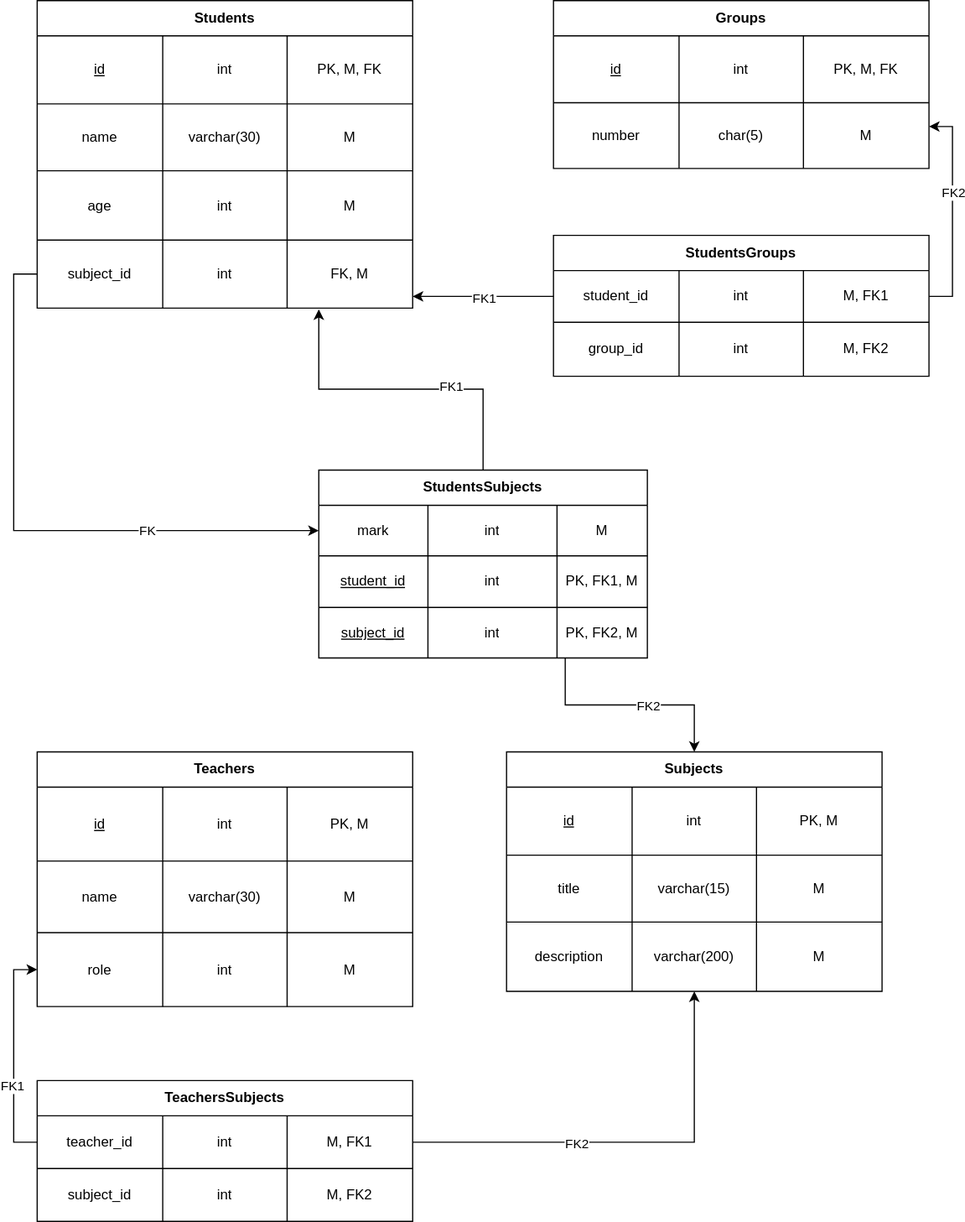
The draw.io diagram Physical.svg in OlegUtusikov/DataBaseCourse, before a commit. Source tidied: cells renumbered, new cells last; positions are measured from the earlier drawing's top-left corner, leaving out a move shared by most shapes.
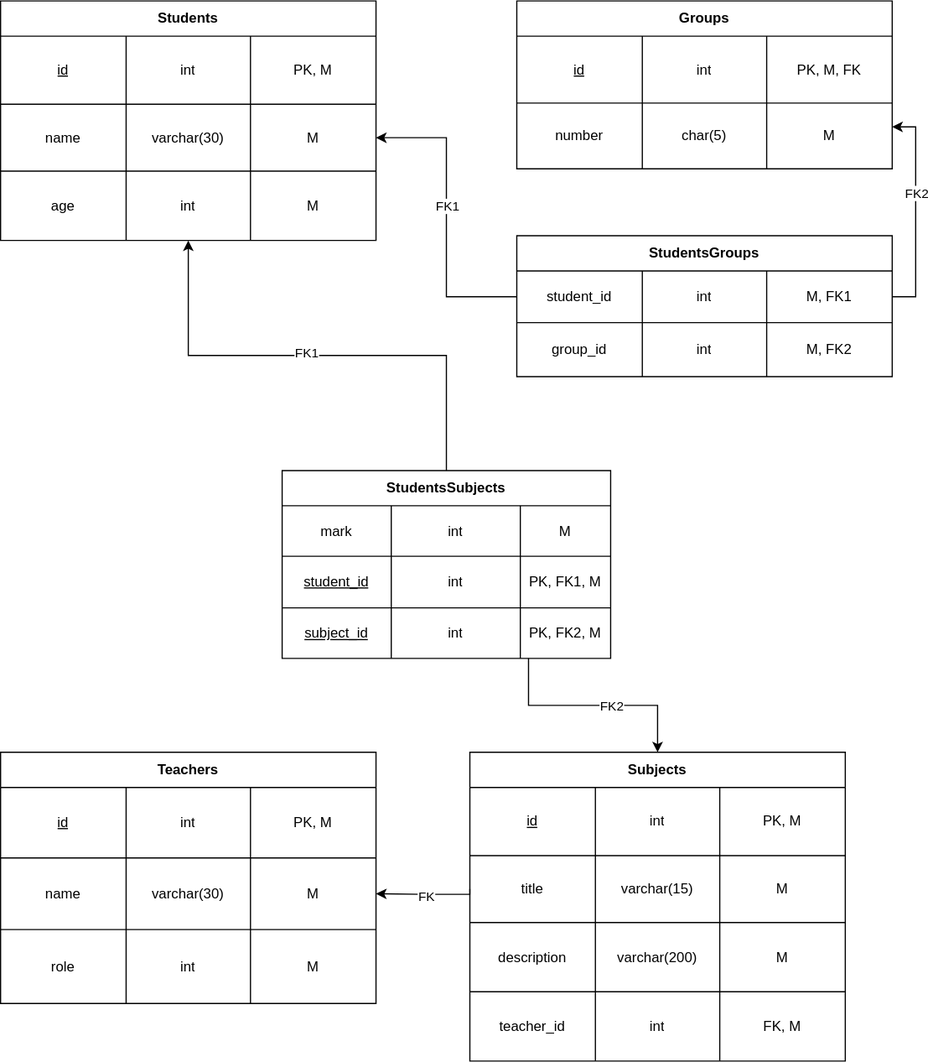
The same file after the commit.

Change to the diagram source:
```diff
@@ -3,7 +3,7 @@
     <mxCell id="0" />
     <mxCell id="1" parent="0" />
     <mxCell id="2" value="Students" style="shape=table;html=1;whiteSpace=wrap;startSize=30;fontStyle=1;align=center;" parent="1" vertex="1">
-      <mxGeometry width="320" height="262" as="geometry" />
+      <mxGeometry width="320" height="204" as="geometry" />
     </mxCell>
     <mxCell id="3" style="shape=partialRectangle;html=1;whiteSpace=wrap;fillColor=none;top=0;left=0;bottom=0;right=0;" parent="2" vertex="1">
       <mxGeometry y="30" width="320" height="58" as="geometry" />
@@ -14,7 +14,7 @@
     <mxCell id="5" value="int" style="shape=partialRectangle;html=1;whiteSpace=wrap;fillColor=none;top=0;left=0;bottom=0;right=0;overflow=hidden;" parent="3" vertex="1">
       <mxGeometry x="107" width="106" height="58" as="geometry" />
     </mxCell>
-    <mxCell id="6" value="PK, M, FK" style="shape=partialRectangle;html=1;whiteSpace=wrap;fillColor=none;top=0;left=0;bottom=0;right=0;overflow=hidden;" parent="3" vertex="1">
+    <mxCell id="6" value="PK, M" style="shape=partialRectangle;html=1;whiteSpace=wrap;fillColor=none;top=0;left=0;bottom=0;right=0;overflow=hidden;" parent="3" vertex="1">
       <mxGeometry x="213" width="107" height="58" as="geometry" />
     </mxCell>
     <mxCell id="7" style="shape=partialRectangle;html=1;whiteSpace=wrap;fillColor=none;top=0;left=0;bottom=0;right=0;points=[[0,0.5],[1,0.5]];portConstraint=eastwest;" parent="2" vertex="1">
@@ -41,18 +41,6 @@
     <mxCell id="14" value="M" style="shape=partialRectangle;html=1;whiteSpace=wrap;fillColor=none;top=0;left=0;bottom=0;right=0;overflow=hidden;" parent="11" vertex="1">
       <mxGeometry x="213" width="107" height="59" as="geometry" />
     </mxCell>
-    <mxCell id="15" style="shape=partialRectangle;html=1;whiteSpace=wrap;fillColor=none;top=0;left=0;bottom=0;right=0;points=[[0,0.5],[1,0.5]];portConstraint=eastwest;" parent="2" vertex="1">
-      <mxGeometry y="204" width="320" height="58" as="geometry" />
-    </mxCell>
-    <mxCell id="16" value="subject_id" style="shape=partialRectangle;html=1;whiteSpace=wrap;fillColor=none;top=0;left=0;bottom=0;right=0;overflow=hidden;" parent="15" vertex="1">
-      <mxGeometry width="107" height="58" as="geometry" />
-    </mxCell>
-    <mxCell id="17" value="int" style="shape=partialRectangle;html=1;whiteSpace=wrap;fillColor=none;top=0;left=0;bottom=0;right=0;overflow=hidden;" parent="15" vertex="1">
-      <mxGeometry x="107" width="106" height="58" as="geometry" />
-    </mxCell>
-    <mxCell id="18" value="FK, M" style="shape=partialRectangle;html=1;whiteSpace=wrap;fillColor=none;top=0;left=0;bottom=0;right=0;overflow=hidden;" parent="15" vertex="1">
-      <mxGeometry x="213" width="107" height="58" as="geometry" />
-    </mxCell>
     <mxCell id="19" value="Groups" style="shape=table;html=1;whiteSpace=wrap;startSize=30;fontStyle=1;align=center;" parent="1" vertex="1">
       <mxGeometry x="440" width="320" height="143" as="geometry" />
     </mxCell>
@@ -107,19 +95,6 @@
     <mxCell id="36" value="M, FK2" style="shape=partialRectangle;html=1;whiteSpace=wrap;fillColor=none;top=0;left=0;bottom=0;right=0;overflow=hidden;" parent="33" vertex="1">
       <mxGeometry x="213" width="107" height="46" as="geometry" />
     </mxCell>
-    <mxCell id="37" style="edgeStyle=orthogonalEdgeStyle;rounded=0;jettySize=auto;html=1;exitX=0;exitY=0.5;exitDx=0;exitDy=0;startArrow=none;startFill=0;endArrow=classic;endFill=1;" parent="1" edge="1" source="29" target="15">
-      <mxGeometry relative="1" as="geometry">
-        <Array as="points">
-          <mxPoint x="420" y="252" />
-          <mxPoint x="420" y="252" />
-        </Array>
-      </mxGeometry>
-    </mxCell>
-    <mxCell id="38" value="FK1" style="edgeLabel;html=1;align=center;verticalAlign=middle;" parent="37" vertex="1">
-      <mxGeometry x="0.22" y="4" relative="1" as="geometry">
-        <mxPoint x="13" y="-3" as="offset" />
-      </mxGeometry>
-    </mxCell>
     <mxCell id="39" style="edgeStyle=orthogonalEdgeStyle;rounded=0;jettySize=auto;html=1;exitX=1;exitY=0.5;exitDx=0;exitDy=0;entryX=1;entryY=0.75;entryDx=0;entryDy=0;startArrow=none;startFill=0;endArrow=classic;endFill=1;" parent="1" edge="1" source="29" target="19">
       <mxGeometry relative="1" as="geometry" />
     </mxCell>
@@ -127,22 +102,22 @@
       <mxGeometry x="0.18" relative="1" as="geometry" />
     </mxCell>
     <mxCell id="41" value="Teachers" style="shape=table;html=1;whiteSpace=wrap;startSize=30;fontStyle=1;align=center;" parent="1" vertex="1">
-      <mxGeometry y="640" width="320" height="217" as="geometry" />
+      <mxGeometry y="640" width="320" height="214" as="geometry" />
     </mxCell>
     <mxCell id="42" style="shape=partialRectangle;html=1;whiteSpace=wrap;fillColor=none;top=0;left=0;bottom=0;right=0;" parent="41" vertex="1">
-      <mxGeometry y="30" width="320" height="63" as="geometry" />
+      <mxGeometry y="30" width="320" height="60" as="geometry" />
     </mxCell>
     <mxCell id="43" value="&lt;u&gt;id&lt;/u&gt;" style="shape=partialRectangle;html=1;whiteSpace=wrap;fillColor=none;top=0;left=0;bottom=0;right=0;overflow=hidden;" parent="42" vertex="1">
-      <mxGeometry width="107" height="63" as="geometry" />
+      <mxGeometry width="107" height="60" as="geometry" />
     </mxCell>
     <mxCell id="44" value="int" style="shape=partialRectangle;html=1;whiteSpace=wrap;fillColor=none;top=0;left=0;bottom=0;right=0;overflow=hidden;" parent="42" vertex="1">
-      <mxGeometry x="107" width="106" height="63" as="geometry" />
+      <mxGeometry x="107" width="106" height="60" as="geometry" />
     </mxCell>
     <mxCell id="45" value="PK, M" style="shape=partialRectangle;html=1;whiteSpace=wrap;fillColor=none;top=0;left=0;bottom=0;right=0;overflow=hidden;" parent="42" vertex="1">
-      <mxGeometry x="213" width="107" height="63" as="geometry" />
+      <mxGeometry x="213" width="107" height="60" as="geometry" />
     </mxCell>
     <mxCell id="46" style="shape=partialRectangle;html=1;whiteSpace=wrap;fillColor=none;top=0;left=0;bottom=0;right=0;points=[[0,0.5],[1,0.5]];portConstraint=eastwest;" parent="41" vertex="1">
-      <mxGeometry y="93" width="320" height="61" as="geometry" />
+      <mxGeometry y="90" width="320" height="61" as="geometry" />
     </mxCell>
     <mxCell id="47" value="name" style="shape=partialRectangle;html=1;whiteSpace=wrap;fillColor=none;top=0;left=0;bottom=0;right=0;overflow=hidden;" parent="46" vertex="1">
       <mxGeometry width="107" height="61" as="geometry" />
@@ -154,7 +129,7 @@
       <mxGeometry x="213" width="107" height="61" as="geometry" />
     </mxCell>
     <mxCell id="50" style="shape=partialRectangle;html=1;whiteSpace=wrap;fillColor=none;top=0;left=0;bottom=0;right=0;points=[[0,0.5],[1,0.5]];portConstraint=eastwest;" parent="41" vertex="1">
-      <mxGeometry y="154" width="320" height="63" as="geometry" />
+      <mxGeometry y="151" width="320" height="63" as="geometry" />
     </mxCell>
     <mxCell id="51" value="role" style="shape=partialRectangle;html=1;whiteSpace=wrap;fillColor=none;top=0;left=0;bottom=0;right=0;overflow=hidden;" parent="50" vertex="1">
       <mxGeometry width="107" height="63" as="geometry" />
@@ -166,7 +141,7 @@
       <mxGeometry x="213" width="107" height="63" as="geometry" />
     </mxCell>
     <mxCell id="54" value="Subjects" style="shape=table;html=1;whiteSpace=wrap;startSize=30;fontStyle=1;align=center;" parent="1" vertex="1">
-      <mxGeometry x="400" y="640" width="320" height="204" as="geometry" />
+      <mxGeometry x="400" y="640" width="320" height="263" as="geometry" />
     </mxCell>
     <mxCell id="55" style="shape=partialRectangle;html=1;whiteSpace=wrap;fillColor=none;top=0;left=0;bottom=0;right=0;" parent="54" vertex="1">
       <mxGeometry y="30" width="320" height="58" as="geometry" />
@@ -204,11 +179,25 @@
     <mxCell id="66" value="M" style="shape=partialRectangle;html=1;whiteSpace=wrap;fillColor=none;top=0;left=0;bottom=0;right=0;overflow=hidden;" parent="63" vertex="1">
       <mxGeometry x="213" width="107" height="59" as="geometry" />
     </mxCell>
+    <mxCell id="99" style="shape=partialRectangle;html=1;whiteSpace=wrap;fillColor=none;top=0;left=0;bottom=0;right=0;" parent="54" vertex="1">
+      <mxGeometry y="204" width="320" height="59" as="geometry" />
+    </mxCell>
+    <mxCell id="90" value="teacher_id" style="shape=partialRectangle;html=1;whiteSpace=wrap;fillColor=none;top=0;left=0;bottom=0;right=0;overflow=hidden;" parent="99" vertex="1">
+      <mxGeometry width="107" height="59" as="geometry" />
+    </mxCell>
+    <mxCell id="100" value="int" style="shape=partialRectangle;html=1;whiteSpace=wrap;fillColor=none;top=0;left=0;bottom=0;right=0;overflow=hidden;" parent="99" vertex="1">
+      <mxGeometry x="107" width="106" height="59" as="geometry" />
+    </mxCell>
+    <mxCell id="18" value="FK, M" style="shape=partialRectangle;html=1;whiteSpace=wrap;fillColor=none;top=0;left=0;bottom=0;right=0;overflow=hidden;" parent="99" vertex="1">
+      <mxGeometry x="213" width="107" height="59" as="geometry" />
+    </mxCell>
-    <mxCell id="67" style="edgeStyle=orthogonalEdgeStyle;rounded=0;jettySize=auto;html=1;exitX=0.5;exitY=0;exitDx=0;exitDy=0;entryX=0.75;entryY=1.017;entryDx=0;entryDy=0;entryPerimeter=0;startArrow=none;startFill=0;endArrow=classic;endFill=1;" parent="1" edge="1" source="71" target="15">
+    <mxCell id="67" style="edgeStyle=orthogonalEdgeStyle;rounded=0;jettySize=auto;html=1;exitX=0.5;exitY=0;exitDx=0;exitDy=0;entryX=0.5;entryY=1;entryDx=0;entryDy=0;startArrow=none;startFill=0;endArrow=classic;endFill=1;" parent="1" edge="1" source="71" target="2">
       <mxGeometry relative="1" as="geometry" />
     </mxCell>
     <mxCell id="68" value="FK1" style="edgeLabel;html=1;align=center;verticalAlign=middle;" parent="67" vertex="1">
-      <mxGeometry x="-0.3" y="-3" relative="1" as="geometry" />
+      <mxGeometry x="-0.3" y="-3" relative="1" as="geometry">
+        <mxPoint x="-72" as="offset" />
+      </mxGeometry>
     </mxCell>
     <mxCell id="69" style="edgeStyle=orthogonalEdgeStyle;rounded=0;jettySize=auto;html=1;exitX=0.75;exitY=1;exitDx=0;exitDy=0;entryX=0.5;entryY=0;entryDx=0;entryDy=0;startArrow=none;startFill=0;endArrow=classic;endFill=1;" parent="1" edge="1" source="71" target="54">
       <mxGeometry relative="1" as="geometry" />
@@ -255,54 +244,26 @@
     <mxCell id="83" value="PK, FK2, M" style="shape=partialRectangle;html=1;whiteSpace=wrap;fillColor=none;top=0;left=0;bottom=0;right=0;overflow=hidden;" parent="80" vertex="1">
       <mxGeometry x="203" width="77" height="43" as="geometry" />
     </mxCell>
-    <mxCell id="84" style="edgeStyle=orthogonalEdgeStyle;rounded=0;jettySize=auto;html=1;exitX=0;exitY=0.5;exitDx=0;exitDy=0;entryX=0;entryY=0.5;entryDx=0;entryDy=0;startArrow=none;startFill=0;endArrow=classic;endFill=1;" parent="1" edge="1" source="89" target="50">
-      <mxGeometry relative="1" as="geometry" />
-    </mxCell>
-    <mxCell id="85" value="FK1" style="edgeLabel;html=1;align=center;verticalAlign=middle;" parent="84" vertex="1">
-      <mxGeometry x="-0.28" y="2" relative="1" as="geometry" />
-    </mxCell>
-    <mxCell id="86" style="edgeStyle=orthogonalEdgeStyle;rounded=0;jettySize=auto;html=1;exitX=1;exitY=0.5;exitDx=0;exitDy=0;startArrow=none;startFill=0;endArrow=classic;endFill=1;entryX=0.5;entryY=1;entryDx=0;entryDy=0;" parent="1" edge="1" source="89" target="54">
-      <mxGeometry relative="1" as="geometry" />
-    </mxCell>
-    <mxCell id="87" value="FK2" style="edgeLabel;html=1;align=center;verticalAlign=middle;" parent="86" vertex="1">
-      <mxGeometry x="-0.25" relative="1" as="geometry">
-        <mxPoint y="1" as="offset" />
-      </mxGeometry>
-    </mxCell>
-    <mxCell id="88" value="TeachersSubjects" style="shape=table;html=1;whiteSpace=wrap;startSize=30;fontStyle=1;align=center;rounded=0;" parent="1" vertex="1">
-      <mxGeometry y="920" width="320" height="120" as="geometry" />
-    </mxCell>
-    <mxCell id="89" style="shape=partialRectangle;html=1;whiteSpace=wrap;fillColor=none;top=0;left=0;bottom=0;right=0;points=[[0,0.5],[1,0.5]];portConstraint=eastwest;" parent="88" vertex="1">
-      <mxGeometry y="30" width="320" height="45" as="geometry" />
-    </mxCell>
-    <mxCell id="90" value="teacher_id" style="shape=partialRectangle;html=1;whiteSpace=wrap;fillColor=none;top=0;left=0;bottom=0;right=0;overflow=hidden;" parent="89" vertex="1">
-      <mxGeometry width="107" height="45" as="geometry" />
-    </mxCell>
-    <mxCell id="91" value="int" style="shape=partialRectangle;html=1;whiteSpace=wrap;fillColor=none;top=0;left=0;bottom=0;right=0;overflow=hidden;" parent="89" vertex="1">
-      <mxGeometry x="107" width="106" height="45" as="geometry" />
-    </mxCell>
-    <mxCell id="92" value="M, FK1" style="shape=partialRectangle;html=1;whiteSpace=wrap;fillColor=none;top=0;left=0;bottom=0;right=0;overflow=hidden;" parent="89" vertex="1">
-      <mxGeometry x="213" width="107" height="45" as="geometry" />
-    </mxCell>
-    <mxCell id="93" style="shape=partialRectangle;html=1;whiteSpace=wrap;fillColor=none;top=0;left=0;bottom=0;right=0;" parent="88" vertex="1">
-      <mxGeometry y="75" width="320" height="45" as="geometry" />
-    </mxCell>
-    <mxCell id="94" value="subject_id" style="shape=partialRectangle;html=1;whiteSpace=wrap;fillColor=none;top=0;left=0;bottom=0;right=0;overflow=hidden;" parent="93" vertex="1">
-      <mxGeometry width="107" height="45" as="geometry" />
-    </mxCell>
-    <mxCell id="95" value="int" style="shape=partialRectangle;html=1;whiteSpace=wrap;fillColor=none;top=0;left=0;bottom=0;right=0;overflow=hidden;" parent="93" vertex="1">
-      <mxGeometry x="107" width="106" height="45" as="geometry" />
-    </mxCell>
-    <mxCell id="96" value="M, FK2" style="shape=partialRectangle;html=1;whiteSpace=wrap;fillColor=none;top=0;left=0;bottom=0;right=0;overflow=hidden;" parent="93" vertex="1">
-      <mxGeometry x="213" width="107" height="45" as="geometry" />
-    </mxCell>
-    <mxCell id="97" style="edgeStyle=orthogonalEdgeStyle;rounded=0;jettySize=auto;html=1;exitX=0;exitY=0.5;exitDx=0;exitDy=0;entryX=0;entryY=0.5;entryDx=0;entryDy=0;startArrow=none;startFill=0;endArrow=classic;endFill=1;" parent="1" edge="1" source="15" target="72">
-      <mxGeometry relative="1" as="geometry" />
-    </mxCell>
+    <mxCell id="101" style="edgeStyle=orthogonalEdgeStyle;rounded=0;jettySize=auto;html=1;exitX=0;exitY=0.5;exitDx=0;exitDy=0;entryX=1;entryY=0.5;entryDx=0;entryDy=0;startArrow=none;startFill=0;endArrow=classic;endFill=1;" parent="1" edge="1" source="59" target="46">
+      <mxGeometry relative="1" as="geometry">
+        <Array as="points">
+          <mxPoint x="400" y="761" />
+          <mxPoint x="360" y="761" />
+        </Array>
+      </mxGeometry>
+    </mxCell>
-    <mxCell id="98" value="FK" style="edgeLabel;html=1;align=center;verticalAlign=middle;" parent="97" vertex="1">
-      <mxGeometry x="0.41" y="3" relative="1" as="geometry">
-        <mxPoint x="1" y="3" as="offset" />
+    <mxCell id="98" value="FK" style="edgeLabel;html=1;align=center;verticalAlign=middle;" parent="101" vertex="1">
+      <mxGeometry x="0.01" y="1" relative="1" as="geometry">
+        <mxPoint x="1" as="offset" />
       </mxGeometry>
     </mxCell>
+    <mxCell id="102" style="edgeStyle=orthogonalEdgeStyle;rounded=0;jettySize=auto;html=1;exitX=0;exitY=0.5;exitDx=0;exitDy=0;entryX=1;entryY=0.5;entryDx=0;entryDy=0;startArrow=none;startFill=0;endArrow=classic;endFill=1;" parent="1" edge="1" source="29" target="7">
+      <mxGeometry relative="1" as="geometry" />
+    </mxCell>
+    <mxCell id="103" value="FK1" style="edgeLabel;html=1;align=center;verticalAlign=middle;" parent="102" vertex="1">
+      <mxGeometry x="0.14" y="-5" relative="1" as="geometry">
+        <mxPoint x="-5" y="7.5" as="offset" />
+      </mxGeometry>
+    </mxCell>
   </root>
 </mxGraphModel>
```
